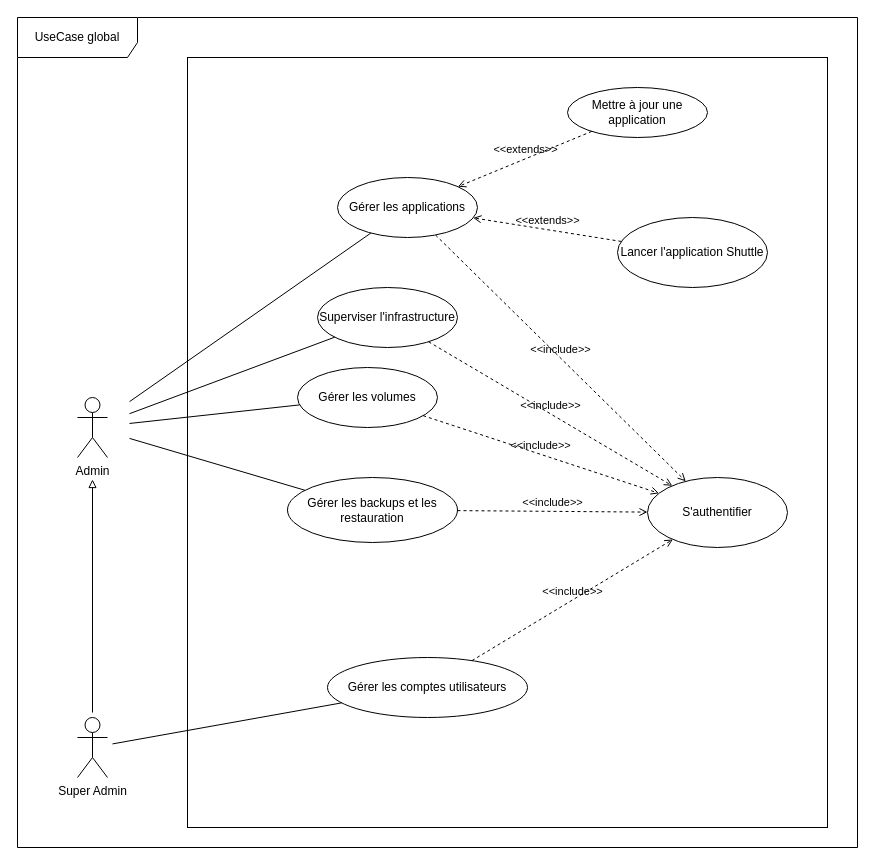
Samet-MohamedAmin/rapport_pfe keeps this draw.io diagram as page "usecase_globale" (4 of 14) of Untitled Diagram.drawio. Above is the earlier version. Source tidied: cells renumbered, new cells numbered last; positions are measured from the earlier drawing's top-left corner, leaving out a move shared by most shapes. Both pictures are drawn from the tidied source at 100%, with x=0, y=0 at pixel (17, 17).
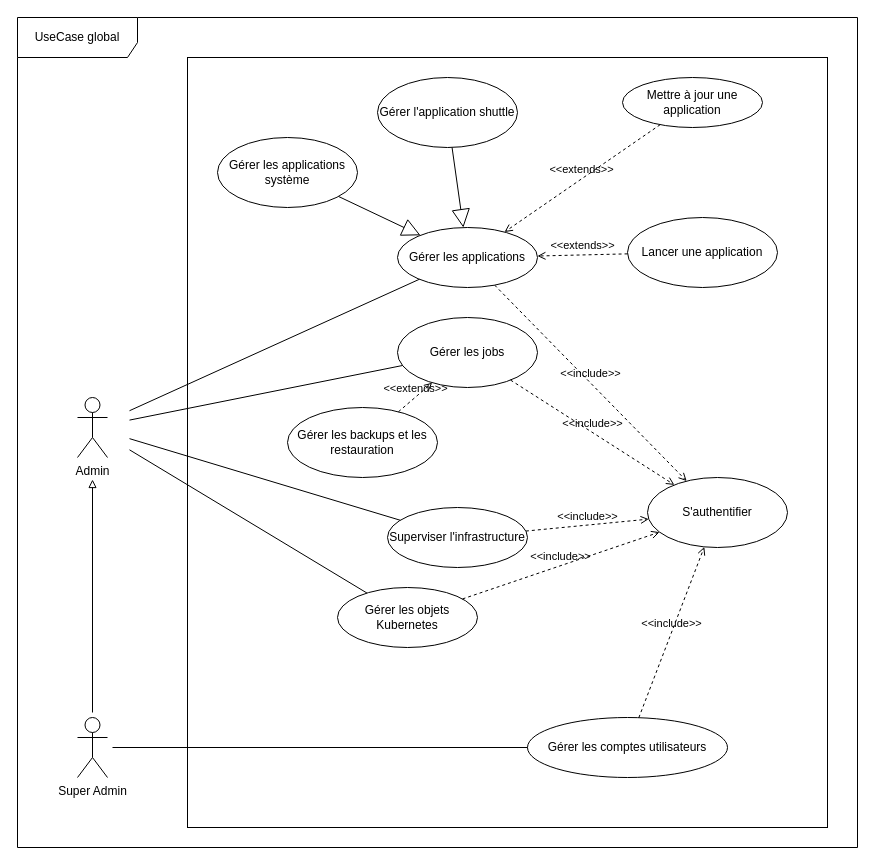
The same diagram, later.

The change refers to these unchanged cells:
```xml
<mxCell id="4" value="Admin" style="shape=umlActor;verticalLabelPosition=bottom;labelBackgroundColor=#ffffff;verticalAlign=top;html=1;shadow=0;perimeterSpacing=22;strokeWidth=1;" parent="1" vertex="1">
  <mxGeometry x="60" y="380" width="30" height="60" as="geometry" />
</mxCell>
<mxCell id="12" value="S'authentifier" style="ellipse;whiteSpace=wrap;html=1;shadow=0;strokeWidth=1;" parent="1" vertex="1">
  <mxGeometry x="630" y="460" width="140" height="70" as="geometry" />
</mxCell>
```

What changed in the source:
```diff
@@
-    <mxCell id="7" value="Lancer l'application Shuttle" style="ellipse;whiteSpace=wrap;html=1;shadow=0;strokeWidth=1;" parent="1" vertex="1">
-      <mxGeometry x="600" y="200" width="150" height="70" as="geometry" />
+    <mxCell id="7" value="Lancer une application" style="ellipse;whiteSpace=wrap;html=1;shadow=0;strokeWidth=1;" parent="1" vertex="1">
+      <mxGeometry x="610" y="200" width="150" height="70" as="geometry" />
     </mxCell>
-    <mxCell id="8" value="Gérer les volumes" style="ellipse;whiteSpace=wrap;html=1;shadow=0;strokeWidth=1;" parent="1" vertex="1">
-      <mxGeometry x="280" y="350" width="140" height="60" as="geometry" />
+    <mxCell id="8" value="Gérer les objets Kubernetes" style="ellipse;whiteSpace=wrap;html=1;shadow=0;strokeWidth=1;" parent="1" vertex="1">
+      <mxGeometry x="320" y="570" width="140" height="60" as="geometry" />
     </mxCell>
     <mxCell id="9" value="Mettre à jour une application" style="ellipse;whiteSpace=wrap;html=1;shadow=0;strokeWidth=1;" parent="1" vertex="1">
-      <mxGeometry x="550" y="70" width="140" height="50" as="geometry" />
+      <mxGeometry x="605" y="60" width="140" height="50" as="geometry" />
     </mxCell>
     <mxCell id="10" value="Superviser l'infrastructure" style="ellipse;whiteSpace=wrap;html=1;shadow=0;strokeWidth=1;" parent="1" vertex="1">
-      <mxGeometry x="300" y="270" width="140" height="60" as="geometry" />
+      <mxGeometry x="370" y="490" width="140" height="60" as="geometry" />
     </mxCell>
     <mxCell id="11" value="Gérer les comptes utilisateurs" style="ellipse;whiteSpace=wrap;html=1;shadow=0;strokeWidth=1;" parent="1" vertex="1">
-      <mxGeometry x="310" y="640" width="200" height="60" as="geometry" />
+      <mxGeometry x="510" y="700" width="200" height="60" as="geometry" />
     </mxCell>
@@
     <mxCell id="21" value="Gérer les applications" style="ellipse;whiteSpace=wrap;html=1;" parent="1" vertex="1">
-      <mxGeometry x="320" y="160" width="140" height="60" as="geometry" />
+      <mxGeometry x="380" y="210" width="140" height="60" as="geometry" />
     </mxCell>
@@
     <mxCell id="25" value="Gérer les backups et les restauration" style="ellipse;whiteSpace=wrap;html=1;" parent="1" vertex="1">
-      <mxGeometry x="270" y="460" width="170" height="65" as="geometry" />
+      <mxGeometry x="270" y="390" width="150" height="70" as="geometry" />
     </mxCell>
-    <mxCell id="26" style="endArrow=none;html=1;" parent="1" edge="1" source="25" target="4">
-      <mxGeometry relative="1" as="geometry" />
-    </mxCell>
+    <mxCell id="28" value="Gérer les jobs" style="ellipse;whiteSpace=wrap;html=1;" parent="1" vertex="1">
+      <mxGeometry x="380" y="300" width="140" height="70" as="geometry" />
+    </mxCell>
+    <mxCell id="29" style="endArrow=none;html=1;" parent="1" edge="1" source="4" target="28">
+      <mxGeometry relative="1" as="geometry" />
+    </mxCell>
-    <mxCell id="27" value="&amp;lt;&amp;lt;include&amp;gt;&amp;gt;" style="edgeStyle=none;html=1;endArrow=open;verticalAlign=bottom;dashed=1;labelBackgroundColor=none;" parent="1" edge="1" source="25" target="12">
+    <mxCell id="27" value="&amp;lt;&amp;lt;include&amp;gt;&amp;gt;" style="edgeStyle=none;html=1;endArrow=open;verticalAlign=bottom;dashed=1;labelBackgroundColor=none;" parent="1" edge="1" source="28" target="12">
       <mxGeometry relative="1" as="geometry" />
     </mxCell>
+    <mxCell id="30" value="&amp;lt;&amp;lt;extends&amp;gt;&amp;gt;" style="edgeStyle=none;html=1;endArrow=open;verticalAlign=bottom;dashed=1;labelBackgroundColor=none;" parent="1" edge="1" source="25" target="28">
+      <mxGeometry relative="1" as="geometry" />
+    </mxCell>
+    <mxCell id="31" value="Gérer les applications système" style="ellipse;whiteSpace=wrap;html=1;" parent="1" vertex="1">
+      <mxGeometry x="200" y="120" width="140" height="70" as="geometry" />
+    </mxCell>
+    <mxCell id="32" value="Gérer l'application shuttle" style="ellipse;whiteSpace=wrap;html=1;" parent="1" vertex="1">
+      <mxGeometry x="360" y="60" width="140" height="70" as="geometry" />
+    </mxCell>
+    <mxCell id="33" style="endArrow=block;html=1;endFill=0;endSize=16;" parent="1" edge="1" source="31" target="21">
+      <mxGeometry relative="1" as="geometry" />
+    </mxCell>
+    <mxCell id="34" style="endArrow=block;html=1;endFill=0;endSize=16;" parent="1" edge="1" source="32" target="21">
+      <mxGeometry relative="1" as="geometry" />
+    </mxCell>
```
